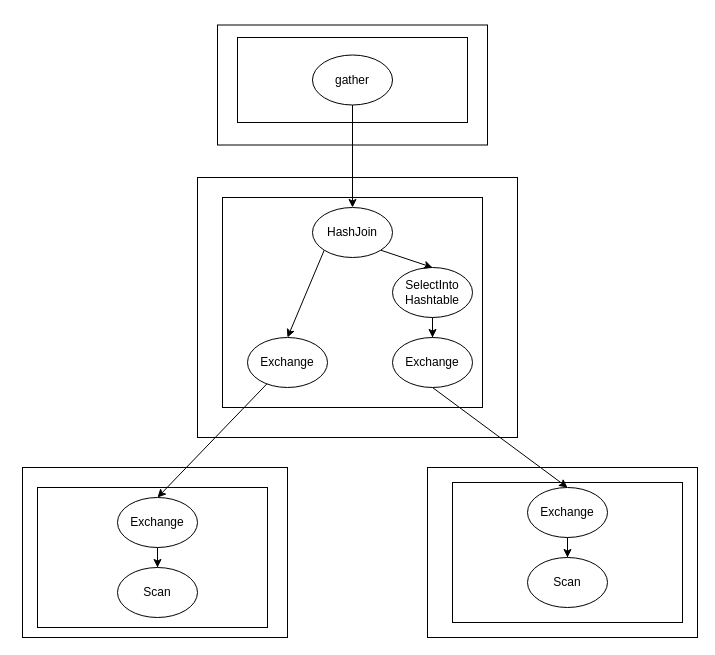
This is pic/hashjoin图示.drawio from KaiSongXie/drawio, a draw.io file, before an edit. Source tidied: cells renumbered, new cells numbered last; positions are measured from the earlier drawing's top-left corner, leaving out a move shared by most shapes. Both pictures are drawn from the tidied source at 100%, with x=0, y=0 at pixel (22, 25).
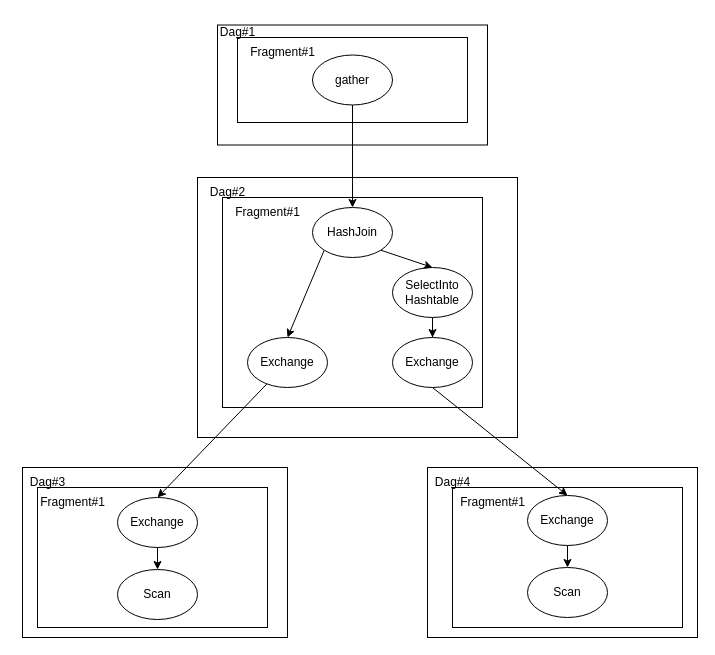
After the change.

What changed in the source:
```diff
@@
     <mxCell id="3" style="rounded=0;whiteSpace=wrap;html=1;" parent="1" vertex="1">
-      <mxGeometry x="430" y="457" width="230" height="140" as="geometry" />
+      <mxGeometry x="430" y="462" width="230" height="140" as="geometry" />
     </mxCell>
@@
     <mxCell id="20" value="Exchange" style="ellipse;whiteSpace=wrap;html=1;" parent="1" vertex="1">
-      <mxGeometry x="505" y="462" width="80" height="50" as="geometry" />
+      <mxGeometry x="505" y="470" width="80" height="50" as="geometry" />
     </mxCell>
     <mxCell id="21" value="Scan" style="ellipse;whiteSpace=wrap;html=1;" parent="1" vertex="1">
-      <mxGeometry x="95" y="542" width="80" height="50" as="geometry" />
+      <mxGeometry x="95" y="544" width="80" height="50" as="geometry" />
     </mxCell>
     <mxCell id="22" value="Scan" style="ellipse;whiteSpace=wrap;html=1;" parent="1" vertex="1">
-      <mxGeometry x="505" y="532" width="80" height="50" as="geometry" />
+      <mxGeometry x="505" y="542" width="80" height="50" as="geometry" />
     </mxCell>
@@
+    <mxCell id="27" value="Fragment#1" style="text;html=1;align=center;verticalAlign=middle;strokeColor=none;fillColor=none;" parent="1" vertex="1">
+      <mxGeometry x="425" y="462" width="90" height="30" as="geometry" />
+    </mxCell>
+    <mxCell id="28" value="Dag#1" style="text;html=1;align=center;verticalAlign=middle;strokeColor=none;fillColor=none;" parent="1" vertex="1">
+      <mxGeometry x="185" y="-8" width="60" height="30" as="geometry" />
+    </mxCell>
+    <mxCell id="29" value="Dag#2" style="text;html=1;align=center;verticalAlign=middle;strokeColor=none;fillColor=none;" parent="1" vertex="1">
+      <mxGeometry x="175" y="152" width="60" height="30" as="geometry" />
+    </mxCell>
+    <mxCell id="30" value="Dag#3" style="text;html=1;align=center;verticalAlign=middle;strokeColor=none;fillColor=none;" parent="1" vertex="1">
+      <mxGeometry x="-5" y="442" width="60" height="30" as="geometry" />
+    </mxCell>
+    <mxCell id="31" value="Dag#4" style="text;html=1;align=center;verticalAlign=middle;strokeColor=none;fillColor=none;" parent="1" vertex="1">
+      <mxGeometry x="400" y="442" width="60" height="30" as="geometry" />
+    </mxCell>
+    <mxCell id="32" value="Fragment#1" style="text;html=1;align=center;verticalAlign=middle;strokeColor=none;fillColor=none;" parent="1" vertex="1">
+      <mxGeometry x="5" y="462" width="90" height="30" as="geometry" />
+    </mxCell>
+    <mxCell id="33" value="Fragment#1" style="text;html=1;align=center;verticalAlign=middle;strokeColor=none;fillColor=none;" parent="1" vertex="1">
+      <mxGeometry x="215" y="12" width="90" height="30" as="geometry" />
+    </mxCell>
+    <mxCell id="34" value="Fragment#1" style="text;html=1;align=center;verticalAlign=middle;strokeColor=none;fillColor=none;" parent="1" vertex="1">
+      <mxGeometry x="200" y="172" width="90" height="30" as="geometry" />
+    </mxCell>
```
